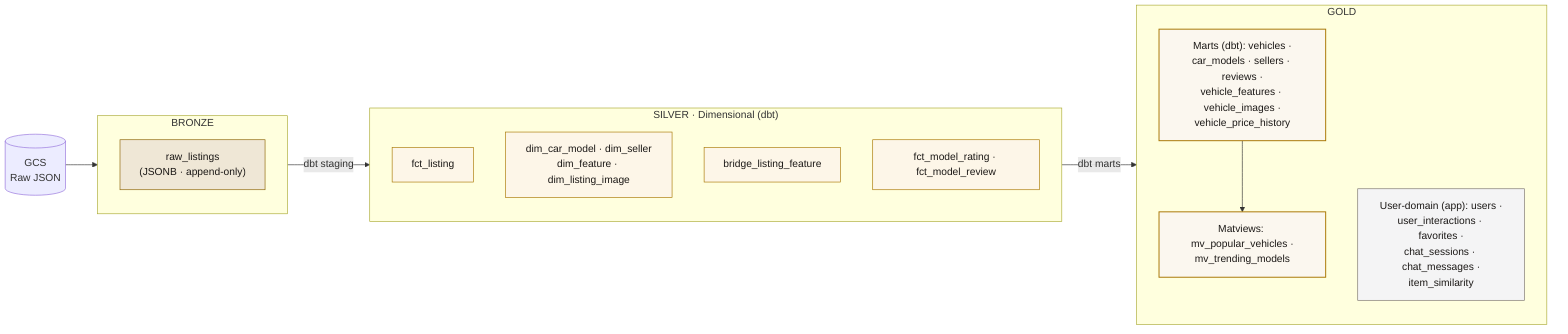
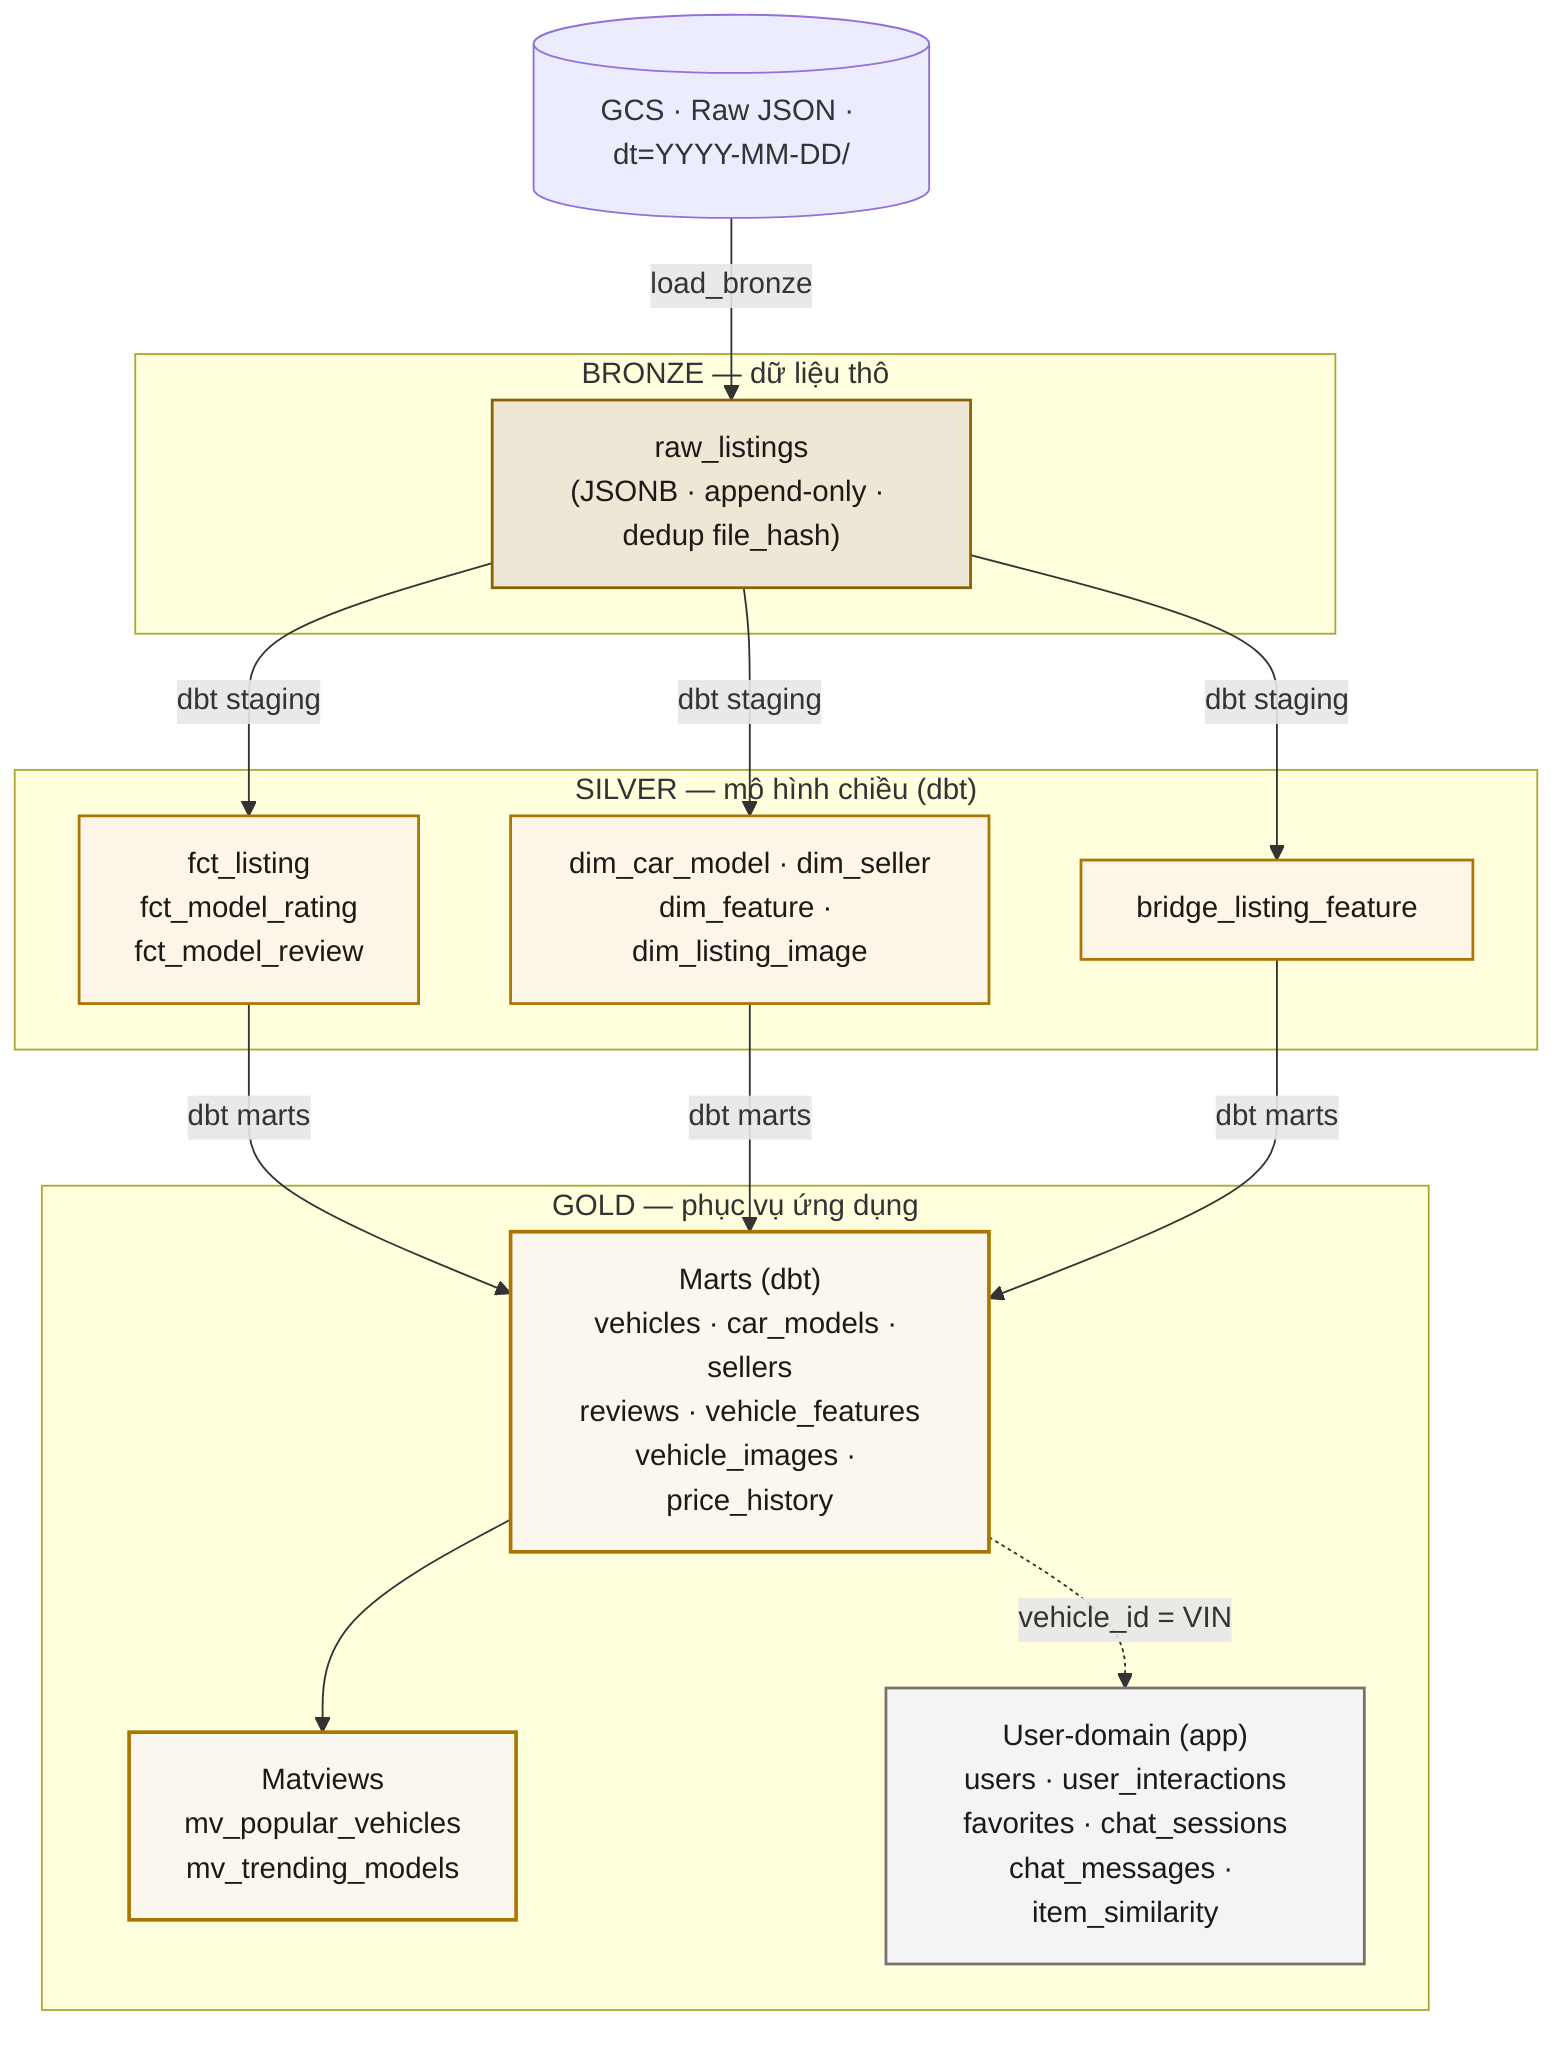
- flowchart LR
-   gcs[("GCS<br/>Raw JSON")]
+ flowchart TB
+   gcs[("GCS · Raw JSON · dt=YYYY-MM-DD/")]

-   subgraph bronze["BRONZE"]
-     b1["raw_listings<br/>(JSONB · append-only)"]:::bz
+   subgraph bronze["BRONZE — dữ liệu thô"]
+     b1["raw_listings<br/>(JSONB · append-only · dedup file_hash)"]:::bz
  end

-   subgraph silver["SILVER · Dimensional (dbt)"]
-     direction TB
-     s1["fct_listing"]:::sv
+   subgraph silver["SILVER — mô hình chiều (dbt)"]
+     s1["fct_listing<br/>fct_model_rating<br/>fct_model_review"]:::sv
    s2["dim_car_model · dim_seller<br/>dim_feature · dim_listing_image"]:::sv
    s3["bridge_listing_feature"]:::sv
-     s4["fct_model_rating · fct_model_review"]:::sv
  end

-   subgraph gold["GOLD"]
-     direction TB
-     g1["Marts (dbt): vehicles ·<br/>car_models · sellers · reviews ·<br/>vehicle_features · vehicle_images ·<br/>vehicle_price_history"]:::gd
-     g2["Matviews: mv_popular_vehicles ·<br/>mv_trending_models"]:::gd
-     g3["User-domain (app): users ·<br/>user_interactions · favorites ·<br/>chat_sessions · chat_messages ·<br/>item_similarity"]:::app
+   subgraph gold["GOLD — phục vụ ứng dụng"]
+     g1["Marts (dbt)<br/>vehicles · car_models · sellers<br/>reviews · vehicle_features<br/>vehicle_images · price_history"]:::gd
+     g2["Matviews<br/>mv_popular_vehicles<br/>mv_trending_models"]:::gd
+     g3["User-domain (app)<br/>users · user_interactions<br/>favorites · chat_sessions<br/>chat_messages · item_similarity"]:::app
  end

-   gcs --> bronze
-   bronze -->|dbt staging| silver
-   silver -->|dbt marts| g1
+   gcs -->|load_bronze| b1
+   b1 -->|dbt staging| s1
+   b1 -->|dbt staging| s2
+   b1 -->|dbt staging| s3
+   s1 -->|dbt marts| g1
+   s2 -->|dbt marts| g1
+   s3 -->|dbt marts| g1
  g1 --> g2
+   g1 -.->|vehicle_id = VIN| g3

-   classDef bz fill:#efe7d6,stroke:#8a6100,color:#1c1917;
-   classDef sv fill:#FDF6E8,stroke:#A87601,color:#1c1917;
-   classDef gd fill:#FBF7EF,stroke:#A87601,stroke-width:1.5px,color:#1c1917;
-   classDef app fill:#F4F4F5,stroke:#78716c,color:#1c1917;
+   classDef bz fill:#efe7d6,stroke:#8a6100,stroke-width:1.5px,color:#1c1917;
+   classDef sv fill:#FDF6E8,stroke:#A87601,stroke-width:1.5px,color:#1c1917;
+   classDef gd fill:#FBF7EF,stroke:#A87601,stroke-width:2px,color:#1c1917;
+   classDef app fill:#F4F4F5,stroke:#78716c,stroke-width:1.5px,color:#1c1917;
